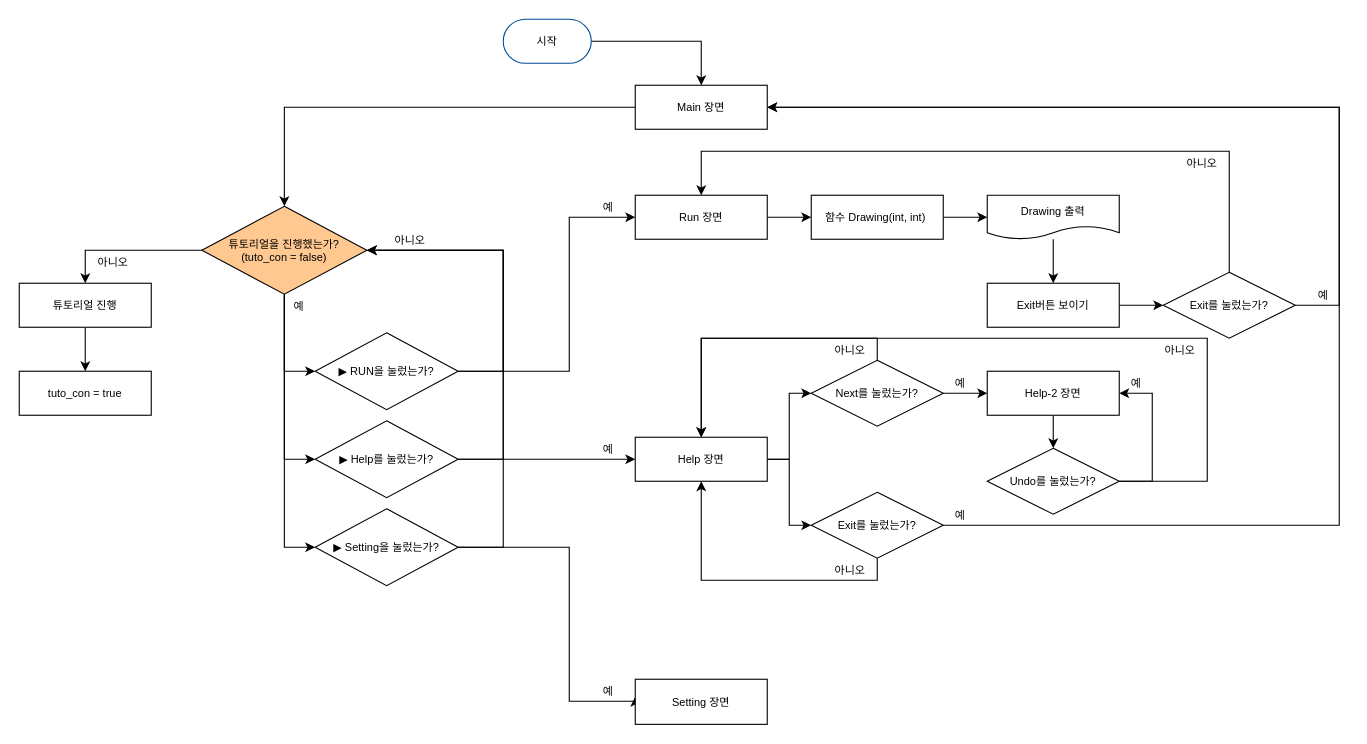
Above: AngleFunction_Circle.drawio in Applepie072/Draw.io (draw.io), before the change. Source tidied: cells renumbered, new cells numbered last; positions are measured from the earlier drawing's top-left corner, leaving out a move shared by most shapes. Both pictures are drawn from the tidied source at 110%, with x=0, y=0 at pixel (19, 19).
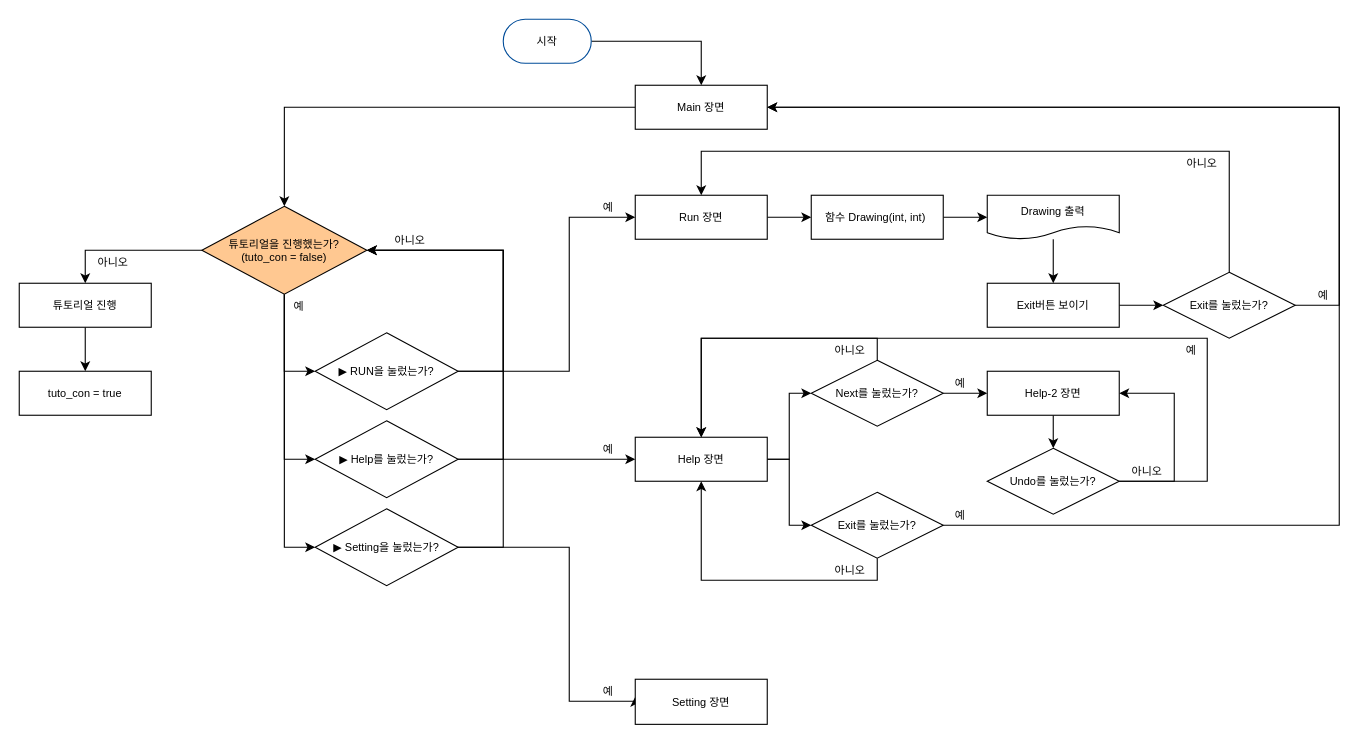
Above is the later version.

The change refers to these unchanged cells:
```xml
<mxCell id="56" value="&lt;font style=&quot;font-size: 10px;&quot;&gt;Help-2 장면&lt;/font&gt;" style="whiteSpace=wrap;html=1;" parent="1" vertex="1">
  <mxGeometry x="880" y="320" width="120" height="40" as="geometry" />
</mxCell>
<mxCell id="59" value="&lt;font style=&quot;font-size: 10px;&quot;&gt;Undo를 눌렀는가?&lt;/font&gt;" style="rhombus;whiteSpace=wrap;html=1;" parent="1" vertex="1">
  <mxGeometry x="880" y="390" width="120" height="60" as="geometry" />
</mxCell>
```

Diff of the diagram source:
```diff
@@
     <mxCell id="58" style="edgeStyle=orthogonalEdgeStyle;rounded=0;jettySize=auto;html=1;entryX=1;entryY=0.5;entryDx=0;entryDy=0;fontSize=10;" parent="1" edge="1" source="59" target="56">
       <mxGeometry relative="1" as="geometry">
         <Array as="points">
-          <mxPoint x="1030" y="420" />
-          <mxPoint x="1030" y="340" />
+          <mxPoint x="1050" y="420" />
+          <mxPoint x="1050" y="340" />
         </Array>
       </mxGeometry>
     </mxCell>
@@
-    <mxCell id="60" value="예" style="text;html=1;align=center;verticalAlign=middle;strokeColor=none;fillColor=none;fontSize=10;fontFamily=Tahoma;" parent="1" vertex="1">
-      <mxGeometry x="1000" y="320" width="30" height="20" as="geometry" />
+    <mxCell id="60" value="아니오" style="text;html=1;align=center;verticalAlign=middle;strokeColor=none;fillColor=none;fontSize=10;fontFamily=Tahoma;" parent="1" vertex="1">
+      <mxGeometry x="1000" y="400" width="50" height="20" as="geometry" />
     </mxCell>
@@
-    <mxCell id="62" value="아니오" style="text;html=1;align=center;verticalAlign=middle;strokeColor=none;fillColor=none;fontSize=10;fontFamily=Tahoma;" parent="1" vertex="1">
-      <mxGeometry x="1030" y="290" width="50" height="20" as="geometry" />
+    <mxCell id="62" value="예" style="text;html=1;align=center;verticalAlign=middle;strokeColor=none;fillColor=none;fontSize=10;fontFamily=Tahoma;" parent="1" vertex="1">
+      <mxGeometry x="1050" y="290" width="30" height="20" as="geometry" />
     </mxCell>
```
